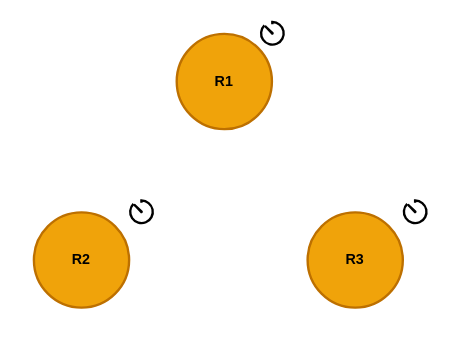
aditya109/journey-CKA keeps this draw.io diagram as assets/etcd.drawio. Above is the earlier version. Source tidied: cells renumbered, new cells numbered last; positions are measured from the earlier drawing's top-left corner, leaving out a move shared by most shapes. Both pictures are drawn from the tidied source at 119%, with x=0, y=0 at pixel (33, 21).
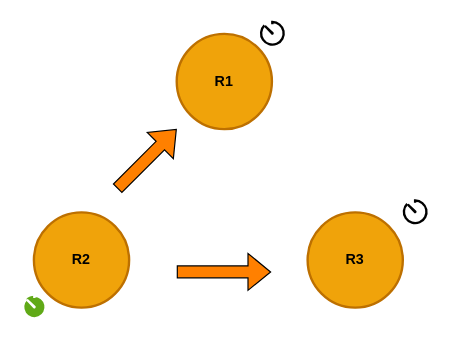
Above is the later version.

Diff of the diagram source:
```diff
@@
 <mxGraphModel>
   <root>
     <mxCell id="0" />
     <mxCell id="1" parent="0" />
     <mxCell id="2" value="R1" style="ellipse;whiteSpace=wrap;html=1;fillColor=#f0a30a;fontColor=#000000;strokeColor=#BD7000;strokeWidth=2;fontStyle=1;perimeterSpacing=0;" parent="1" vertex="1">
       <mxGeometry x="120" y="10" width="80" height="80" as="geometry" />
     </mxCell>
     <mxCell id="3" value="R2" style="ellipse;whiteSpace=wrap;html=1;fillColor=#f0a30a;fontColor=#000000;strokeColor=#BD7000;strokeWidth=2;fontStyle=1;" parent="1" vertex="1">
       <mxGeometry y="160" width="80" height="80" as="geometry" />
     </mxCell>
     <mxCell id="4" value="R3" style="ellipse;whiteSpace=wrap;html=1;fillColor=#f0a30a;fontColor=#000000;strokeColor=#BD7000;strokeWidth=2;fontStyle=1;" parent="1" vertex="1">
       <mxGeometry x="230" y="160" width="80" height="80" as="geometry" />
     </mxCell>
     <mxCell id="5" style="html=1;verticalLabelPosition=bottom;align=center;labelBackgroundColor=#ffffff;verticalAlign=top;strokeWidth=2;strokeColor=#000000;shadow=0;dashed=0;shape=mxgraph.ios7.icons.gauge;fillColor=none;" parent="1" vertex="1">
       <mxGeometry x="190" width="20.6" height="20" as="geometry" />
     </mxCell>
-    <mxCell id="6" style="html=1;verticalLabelPosition=bottom;align=center;labelBackgroundColor=#ffffff;verticalAlign=top;strokeWidth=2;strokeColor=#000000;shadow=0;dashed=0;shape=mxgraph.ios7.icons.gauge;fillColor=none;" parent="1" vertex="1">
-      <mxGeometry x="80" y="150" width="20.6" height="20" as="geometry" />
+    <mxCell id="6" style="html=1;verticalLabelPosition=bottom;align=center;labelBackgroundColor=#ffffff;verticalAlign=top;strokeWidth=2;strokeColor=#FFFFFF;shadow=0;dashed=0;shape=mxgraph.ios7.icons.gauge;fillColor=#60a917;fontColor=#ffffff;" parent="1" vertex="1">
+      <mxGeometry x="-10" y="230" width="20.6" height="20" as="geometry" />
     </mxCell>
     <mxCell id="7" style="html=1;verticalLabelPosition=bottom;align=center;labelBackgroundColor=#ffffff;verticalAlign=top;strokeWidth=2;strokeColor=#000000;shadow=0;dashed=0;shape=mxgraph.ios7.icons.gauge;fillColor=none;" parent="1" vertex="1">
       <mxGeometry x="310" y="150" width="20.6" height="20" as="geometry" />
     </mxCell>
+    <mxCell id="8" style="shape=flexArrow;endArrow=classic;html=1;rounded=0;fillColor=#FF8000;" parent="1" edge="1">
+      <mxGeometry relative="1" as="geometry">
+        <mxPoint x="70" y="140" as="sourcePoint" />
+        <mxPoint x="120" y="90" as="targetPoint" />
+      </mxGeometry>
+    </mxCell>
+    <mxCell id="9" style="shape=flexArrow;endArrow=classic;html=1;rounded=0;fillColor=#FF8000;" parent="1" edge="1">
+      <mxGeometry relative="1" as="geometry">
+        <mxPoint x="120" y="210" as="sourcePoint" />
+        <mxPoint x="199.4" y="210" as="targetPoint" />
+      </mxGeometry>
+    </mxCell>
   </root>
 </mxGraphModel>
```
